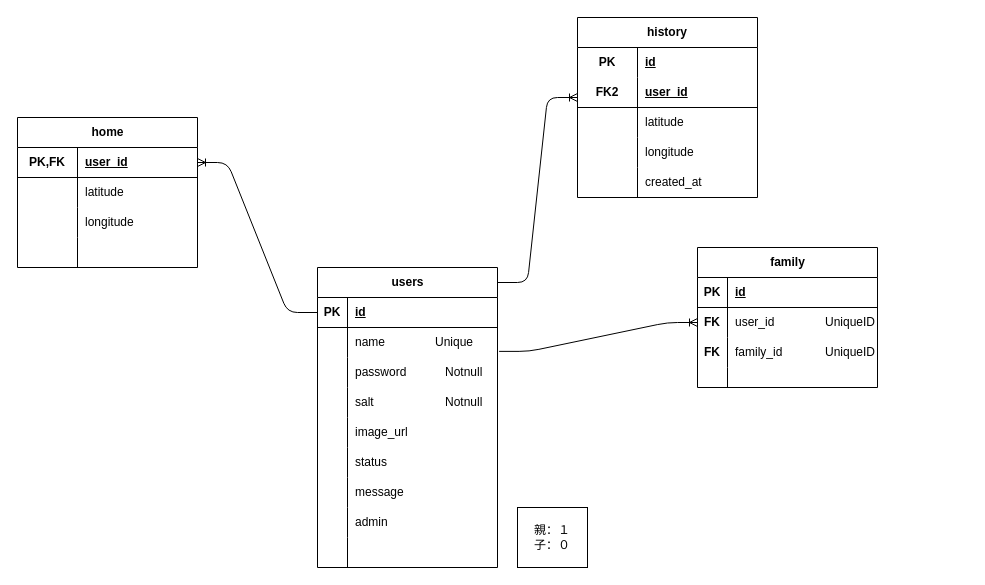
The draw.io diagram ER.drawio in TeamNavvy/Navvy, before the edit. Source tidied: cells renumbered, new cells numbered last; positions are measured from the earlier drawing's top-left corner, leaving out a move shared by most shapes. Both pictures are drawn from the tidied source at 100%, with x=0, y=0 at pixel (17, 17).
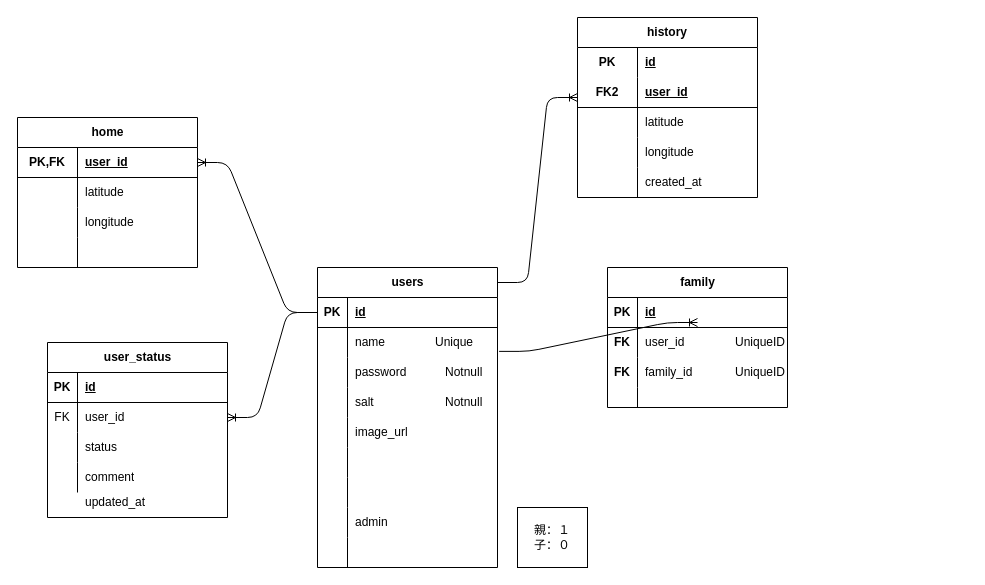
The same diagram, later.

The change refers to these unchanged cells:
```xml
<mxCell id="3" style="shape=tableRow;horizontal=0;startSize=0;swimlaneHead=0;swimlaneBody=0;fillColor=none;points=[[0,0.5],[1,0.5]];portConstraint=eastwest;top=0;left=0;right=0;bottom=1;" parent="2" vertex="1">
  <mxGeometry y="30" width="180" height="30" as="geometry" />
</mxCell>
<mxCell id="18" style="shape=tableRow;horizontal=0;startSize=0;swimlaneHead=0;swimlaneBody=0;fillColor=none;top=0;left=0;right=0;bottom=0;" parent="2" vertex="1">
  <mxGeometry y="180" width="180" height="30" as="geometry" />
</mxCell>
<mxCell id="21" style="shape=tableRow;horizontal=0;startSize=0;swimlaneHead=0;swimlaneBody=0;fillColor=none;top=0;left=0;right=0;bottom=0;" parent="2" vertex="1">
  <mxGeometry y="210" width="180" height="30" as="geometry" />
</mxCell>
```

The edit, as a diff of the source:
```diff
@@
-    <mxCell id="20" value="status" style="shape=partialRectangle;fillColor=none;top=0;left=0;bottom=0;right=0;align=left;spacingLeft=6;overflow=hidden;whiteSpace=wrap;html=1;" parent="18" vertex="1">
+    <mxCell id="20" style="shape=partialRectangle;fillColor=none;top=0;left=0;bottom=0;right=0;align=left;spacingLeft=6;overflow=hidden;whiteSpace=wrap;html=1;" parent="18" vertex="1">
       <mxGeometry x="30" width="150" height="30" as="geometry" />
     </mxCell>
@@
-    <mxCell id="23" value="message" style="shape=partialRectangle;fillColor=none;top=0;left=0;bottom=0;right=0;align=left;spacingLeft=6;overflow=hidden;whiteSpace=wrap;html=1;" parent="21" vertex="1">
+    <mxCell id="23" style="shape=partialRectangle;fillColor=none;top=0;left=0;bottom=0;right=0;align=left;spacingLeft=6;overflow=hidden;whiteSpace=wrap;html=1;" parent="21" vertex="1">
       <mxGeometry x="30" width="150" height="30" as="geometry" />
     </mxCell>
@@
     <mxCell id="46" value="family" style="shape=table;startSize=30;childLayout=tableLayout;rowLines=0;fontStyle=1;align=center;html=1;" parent="1" vertex="1">
-      <mxGeometry x="680" y="230" width="180" height="140" as="geometry" />
+      <mxGeometry x="590" y="250" width="180" height="140" as="geometry" />
     </mxCell>
@@
     <mxCell id="59" value="FK" style="shape=partialRectangle;fillColor=none;top=0;left=0;bottom=0;right=0;fontStyle=1;overflow=hidden;whiteSpace=wrap;html=1;" parent="1" vertex="1">
-      <mxGeometry x="680" y="290" width="30" height="30" as="geometry" />
+      <mxGeometry x="590" y="310" width="30" height="30" as="geometry" />
     </mxCell>
     <mxCell id="60" value="FK" style="shape=partialRectangle;fillColor=none;top=0;left=0;bottom=0;right=0;fontStyle=1;overflow=hidden;whiteSpace=wrap;html=1;" parent="1" vertex="1">
-      <mxGeometry x="680" y="320" width="30" height="30" as="geometry" />
+      <mxGeometry x="590" y="340" width="30" height="30" as="geometry" />
     </mxCell>
@@
     <mxCell id="62" style="shape=table;startSize=0;childLayout=tableLayout;rowLines=0;fontStyle=0;align=center;strokeColor=none;fillColor=none;" parent="1" vertex="1">
-      <mxGeometry x="770" y="320" width="180" height="30" as="geometry" />
+      <mxGeometry x="680" y="340" width="180" height="30" as="geometry" />
     </mxCell>
@@
     <mxCell id="66" style="shape=table;startSize=0;childLayout=tableLayout;rowLines=0;fontStyle=0;align=center;strokeColor=none;fillColor=none;" parent="1" vertex="1">
-      <mxGeometry x="770" y="290" width="180" height="30" as="geometry" />
+      <mxGeometry x="680" y="310" width="180" height="30" as="geometry" />
     </mxCell>
@@
+    <mxCell id="92" value="user_status" style="shape=table;startSize=30;childLayout=tableLayout;rowLines=0;fontStyle=1;align=center;html=1;" parent="1" vertex="1">
+      <mxGeometry x="30" y="325" width="180" height="175" as="geometry" />
+    </mxCell>
+    <mxCell id="93" style="shape=tableRow;horizontal=0;startSize=0;swimlaneHead=0;swimlaneBody=0;fillColor=none;top=0;left=0;right=0;bottom=1;" parent="92" vertex="1">
+      <mxGeometry y="30" width="180" height="30" as="geometry" />
+    </mxCell>
+    <mxCell id="94" value="PK" style="shape=partialRectangle;fillColor=none;top=0;left=0;bottom=0;right=0;fontStyle=1;overflow=hidden;whiteSpace=wrap;html=1;" parent="93" vertex="1">
+      <mxGeometry width="30" height="30" as="geometry" />
+    </mxCell>
+    <mxCell id="95" value="id" style="shape=partialRectangle;fillColor=none;top=0;left=0;bottom=0;right=0;align=left;spacingLeft=6;fontStyle=5;overflow=hidden;whiteSpace=wrap;html=1;" parent="93" vertex="1">
+      <mxGeometry x="30" width="150" height="30" as="geometry" />
+    </mxCell>
+    <mxCell id="96" style="shape=tableRow;horizontal=0;startSize=0;swimlaneHead=0;swimlaneBody=0;fillColor=none;points=[[0,0.5],[1,0.5]];portConstraint=eastwest;top=0;left=0;right=0;bottom=0;" parent="92" vertex="1">
+      <mxGeometry y="60" width="180" height="30" as="geometry" />
+    </mxCell>
+    <mxCell id="97" value="FK" style="shape=partialRectangle;fillColor=none;top=0;left=0;bottom=0;right=0;overflow=hidden;whiteSpace=wrap;html=1;" parent="96" vertex="1">
+      <mxGeometry width="30" height="30" as="geometry" />
+    </mxCell>
+    <mxCell id="98" value="user_id" style="shape=partialRectangle;fillColor=none;top=0;left=0;bottom=0;right=0;align=left;spacingLeft=6;overflow=hidden;whiteSpace=wrap;html=1;" parent="96" vertex="1">
+      <mxGeometry x="30" width="150" height="30" as="geometry" />
+    </mxCell>
+    <mxCell id="99" style="shape=tableRow;horizontal=0;startSize=0;swimlaneHead=0;swimlaneBody=0;fillColor=none;top=0;left=0;right=0;bottom=0;" parent="92" vertex="1">
+      <mxGeometry y="90" width="180" height="30" as="geometry" />
+    </mxCell>
+    <mxCell id="100" style="shape=partialRectangle;fillColor=none;top=0;left=0;bottom=0;right=0;overflow=hidden;whiteSpace=wrap;html=1;" parent="99" vertex="1">
+      <mxGeometry width="30" height="30" as="geometry" />
+    </mxCell>
+    <mxCell id="101" value="status" style="shape=partialRectangle;fillColor=none;top=0;left=0;bottom=0;right=0;align=left;spacingLeft=6;overflow=hidden;whiteSpace=wrap;html=1;" parent="99" vertex="1">
+      <mxGeometry x="30" width="150" height="30" as="geometry" />
+    </mxCell>
+    <mxCell id="102" style="shape=tableRow;horizontal=0;startSize=0;swimlaneHead=0;swimlaneBody=0;fillColor=none;top=0;left=0;right=0;bottom=0;" parent="92" vertex="1">
+      <mxGeometry y="120" width="180" height="30" as="geometry" />
+    </mxCell>
+    <mxCell id="103" style="shape=partialRectangle;fillColor=none;top=0;left=0;bottom=0;right=0;overflow=hidden;whiteSpace=wrap;html=1;" parent="102" vertex="1">
+      <mxGeometry width="30" height="30" as="geometry" />
+    </mxCell>
+    <mxCell id="104" value="comment" style="shape=partialRectangle;fillColor=none;top=0;left=0;bottom=0;right=0;align=left;spacingLeft=6;overflow=hidden;whiteSpace=wrap;html=1;" parent="102" vertex="1">
+      <mxGeometry x="30" width="150" height="30" as="geometry" />
+    </mxCell>
+    <mxCell id="105" style="shape=tableRow;horizontal=0;startSize=0;swimlaneHead=0;swimlaneBody=0;fillColor=none;top=0;left=0;right=0;bottom=0;" parent="1" vertex="1">
+      <mxGeometry x="30" y="470" width="180" height="30" as="geometry" />
+    </mxCell>
+    <mxCell id="106" style="shape=partialRectangle;fillColor=none;top=0;left=0;bottom=0;right=0;overflow=hidden;whiteSpace=wrap;html=1;" parent="105" vertex="1">
+      <mxGeometry width="30" height="30" as="geometry" />
+    </mxCell>
+    <mxCell id="107" value="updated_at" style="shape=partialRectangle;fillColor=none;top=0;left=0;bottom=0;right=0;align=left;spacingLeft=6;overflow=hidden;whiteSpace=wrap;html=1;" parent="105" vertex="1">
+      <mxGeometry x="30" width="150" height="30" as="geometry" />
+    </mxCell>
+    <mxCell id="108" style="edgeStyle=entityRelationEdgeStyle;fontSize=12;html=1;endArrow=ERoneToMany;exitX=0;exitY=0.5;exitDx=0;exitDy=0;entryX=1;entryY=0.5;entryDx=0;entryDy=0;" parent="1" edge="1" source="3" target="96">
+      <mxGeometry relative="1" as="geometry" />
+    </mxCell>
```
